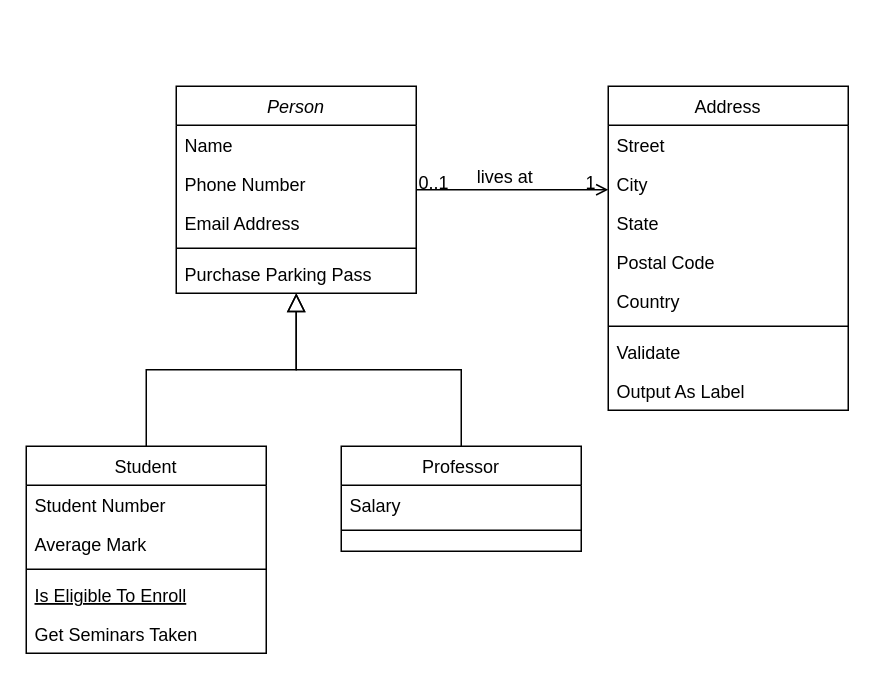
This is drawio_files/8.drawio from frostaag/diagrams-v2, a draw.io file, before an edit. Source tidied: cells renumbered, new cells numbered last; positions are measured from the earlier drawing's top-left corner, leaving out a move shared by most shapes. Both pictures are drawn from the tidied source at 150%, with x=0, y=0 at pixel (26, 86).
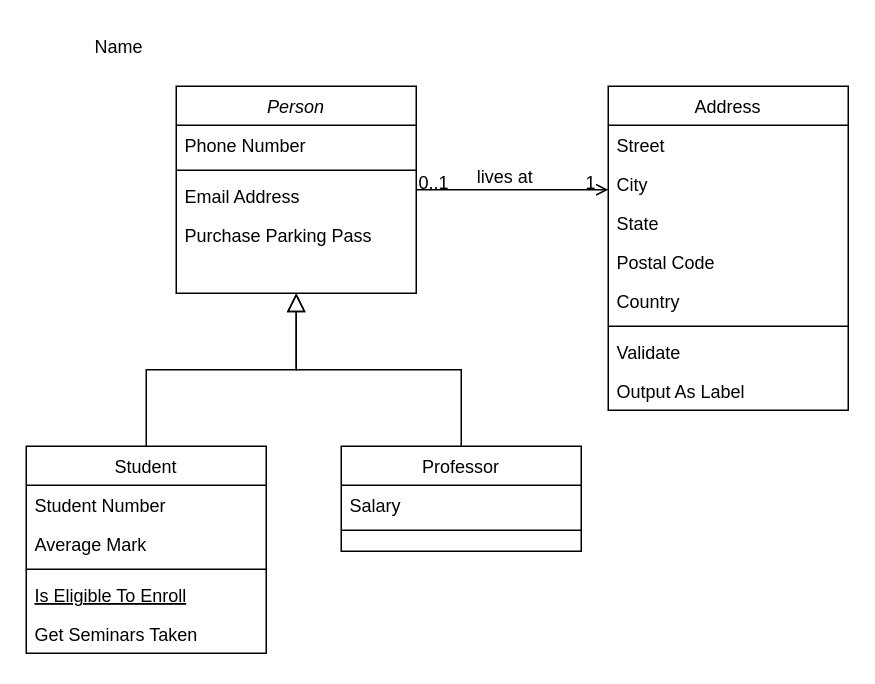
The same diagram, later.

The change refers to these unchanged cells:
```xml
<mxCell id="2" value="Person" style="swimlane;fontStyle=2;align=center;verticalAlign=top;horizontal=1;startSize=26;rounded=0;shadow=0;strokeWidth=1;" parent="1" vertex="1">
  <mxGeometry x="100" width="160" height="138" as="geometry" />
</mxCell>
```

Change to the diagram source:
```diff
@@
-    <mxCell id="3" value="Name" style="text;align=left;verticalAlign=top;spacingLeft=4;spacingRight=4;overflow=hidden;" parent="2" vertex="1">
-      <mxGeometry y="26" width="160" height="26" as="geometry" />
-    </mxCell>
     <mxCell id="4" value="Phone Number" style="text;align=left;verticalAlign=top;spacingLeft=4;spacingRight=4;overflow=hidden;rounded=0;shadow=0;html=0;" parent="2" vertex="1">
-      <mxGeometry y="52" width="160" height="26" as="geometry" />
+      <mxGeometry y="26" width="160" height="26" as="geometry" />
     </mxCell>
+    <mxCell id="6" style="line;html=1;strokeWidth=1;align=left;verticalAlign=middle;spacingTop=-1;spacingLeft=3;spacingRight=3;labelPosition=right;" parent="2" vertex="1">
+      <mxGeometry y="52" width="160" height="8" as="geometry" />
+    </mxCell>
     <mxCell id="5" value="Email Address" style="text;align=left;verticalAlign=top;spacingLeft=4;spacingRight=4;overflow=hidden;rounded=0;shadow=0;html=0;" parent="2" vertex="1">
-      <mxGeometry y="78" width="160" height="26" as="geometry" />
+      <mxGeometry y="60" width="160" height="26" as="geometry" />
     </mxCell>
-    <mxCell id="6" style="line;html=1;strokeWidth=1;align=left;verticalAlign=middle;spacingTop=-1;spacingLeft=3;spacingRight=3;labelPosition=right;" parent="2" vertex="1">
-      <mxGeometry y="104" width="160" height="8" as="geometry" />
-    </mxCell>
     <mxCell id="7" value="Purchase Parking Pass" style="text;align=left;verticalAlign=top;spacingLeft=4;spacingRight=4;overflow=hidden;" parent="2" vertex="1">
-      <mxGeometry y="112" width="160" height="26" as="geometry" />
+      <mxGeometry y="86" width="160" height="26" as="geometry" />
     </mxCell>
@@
+    <mxCell id="3" value="Name" style="text;align=left;verticalAlign=top;spacingLeft=4;spacingRight=4;overflow=hidden;" parent="1" vertex="1">
+      <mxGeometry x="40" y="-40" width="160" height="26" as="geometry" />
+    </mxCell>
```
